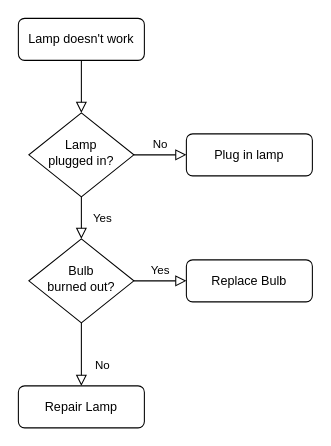
arifsoul/prototype-pendeteksi-objek keeps this draw.io diagram as Untitled Diagram.drawio. Above is the earlier version. Source tidied: cells renumbered, new cells numbered last; positions are measured from the earlier drawing's top-left corner, leaving out a move shared by most shapes. Both pictures are drawn from the tidied source at 105%, with x=0, y=0 at pixel (18, 18).
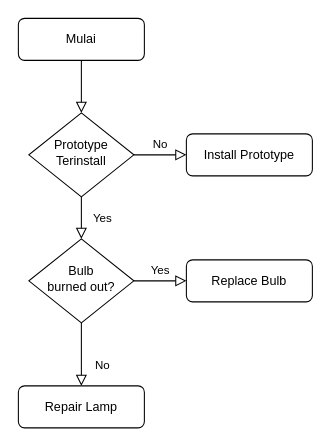
The same diagram, later.

What changed in the source:
```diff
@@
 <mxGraphModel>
   <root>
     <mxCell id="0" />
     <mxCell id="1" parent="0" />
     <mxCell id="2" style="rounded=0;html=1;jettySize=auto;fontSize=11;endArrow=block;endFill=0;endSize=8;strokeWidth=1;shadow=0;labelBackgroundColor=none;edgeStyle=orthogonalEdgeStyle;" parent="1" edge="1" source="3" target="6">
       <mxGeometry relative="1" as="geometry" />
     </mxCell>
-    <mxCell id="3" value="Lamp doesn't work" style="rounded=1;whiteSpace=wrap;html=1;fontSize=12;glass=0;strokeWidth=1;shadow=0;" parent="1" vertex="1">
+    <mxCell id="3" value="Mulai" style="rounded=1;whiteSpace=wrap;html=1;fontSize=12;glass=0;strokeWidth=1;shadow=0;" parent="1" vertex="1">
       <mxGeometry width="120" height="40" as="geometry" />
     </mxCell>
     <mxCell id="4" value="Yes" style="rounded=0;html=1;jettySize=auto;fontSize=11;endArrow=block;endFill=0;endSize=8;strokeWidth=1;shadow=0;labelBackgroundColor=none;edgeStyle=orthogonalEdgeStyle;" parent="1" edge="1" source="6" target="10">
       <mxGeometry y="20" relative="1" as="geometry" />
     </mxCell>
     <mxCell id="5" value="No" style="edgeStyle=orthogonalEdgeStyle;rounded=0;html=1;jettySize=auto;fontSize=11;endArrow=block;endFill=0;endSize=8;strokeWidth=1;shadow=0;labelBackgroundColor=none;" parent="1" edge="1" source="6" target="7">
       <mxGeometry y="10" relative="1" as="geometry" />
     </mxCell>
-    <mxCell id="6" value="Lamp&lt;br&gt;plugged in?" style="rhombus;whiteSpace=wrap;html=1;shadow=0;fontFamily=Helvetica;fontSize=12;align=center;strokeWidth=1;spacing=6;spacingTop=-4;" parent="1" vertex="1">
+    <mxCell id="6" value="Prototype Terinstall" style="rhombus;whiteSpace=wrap;html=1;shadow=0;fontFamily=Helvetica;fontSize=12;align=center;strokeWidth=1;spacing=6;spacingTop=-4;" parent="1" vertex="1">
       <mxGeometry x="10" y="90" width="100" height="80" as="geometry" />
     </mxCell>
-    <mxCell id="7" value="Plug in lamp" style="rounded=1;whiteSpace=wrap;html=1;fontSize=12;glass=0;strokeWidth=1;shadow=0;" parent="1" vertex="1">
+    <mxCell id="7" value="Install Prototype" style="rounded=1;whiteSpace=wrap;html=1;fontSize=12;glass=0;strokeWidth=1;shadow=0;" parent="1" vertex="1">
       <mxGeometry x="160" y="110" width="120" height="40" as="geometry" />
     </mxCell>
     <mxCell id="8" value="No" style="rounded=0;html=1;jettySize=auto;fontSize=11;endArrow=block;endFill=0;endSize=8;strokeWidth=1;shadow=0;labelBackgroundColor=none;edgeStyle=orthogonalEdgeStyle;" parent="1" edge="1" source="10" target="11">
       <mxGeometry x="0.33" y="20" relative="1" as="geometry" />
     </mxCell>
     <mxCell id="9" value="Yes" style="edgeStyle=orthogonalEdgeStyle;rounded=0;html=1;jettySize=auto;fontSize=11;endArrow=block;endFill=0;endSize=8;strokeWidth=1;shadow=0;labelBackgroundColor=none;" parent="1" edge="1" source="10" target="12">
       <mxGeometry y="10" relative="1" as="geometry" />
     </mxCell>
     <mxCell id="10" value="Bulb&lt;br&gt;burned out?" style="rhombus;whiteSpace=wrap;html=1;shadow=0;fontFamily=Helvetica;fontSize=12;align=center;strokeWidth=1;spacing=6;spacingTop=-4;" parent="1" vertex="1">
       <mxGeometry x="10" y="210" width="100" height="80" as="geometry" />
     </mxCell>
     <mxCell id="11" value="Repair Lamp" style="rounded=1;whiteSpace=wrap;html=1;fontSize=12;glass=0;strokeWidth=1;shadow=0;" parent="1" vertex="1">
       <mxGeometry y="350" width="120" height="40" as="geometry" />
     </mxCell>
     <mxCell id="12" value="Replace Bulb" style="rounded=1;whiteSpace=wrap;html=1;fontSize=12;glass=0;strokeWidth=1;shadow=0;" parent="1" vertex="1">
       <mxGeometry x="160" y="230" width="120" height="40" as="geometry" />
     </mxCell>
   </root>
 </mxGraphModel>
```
